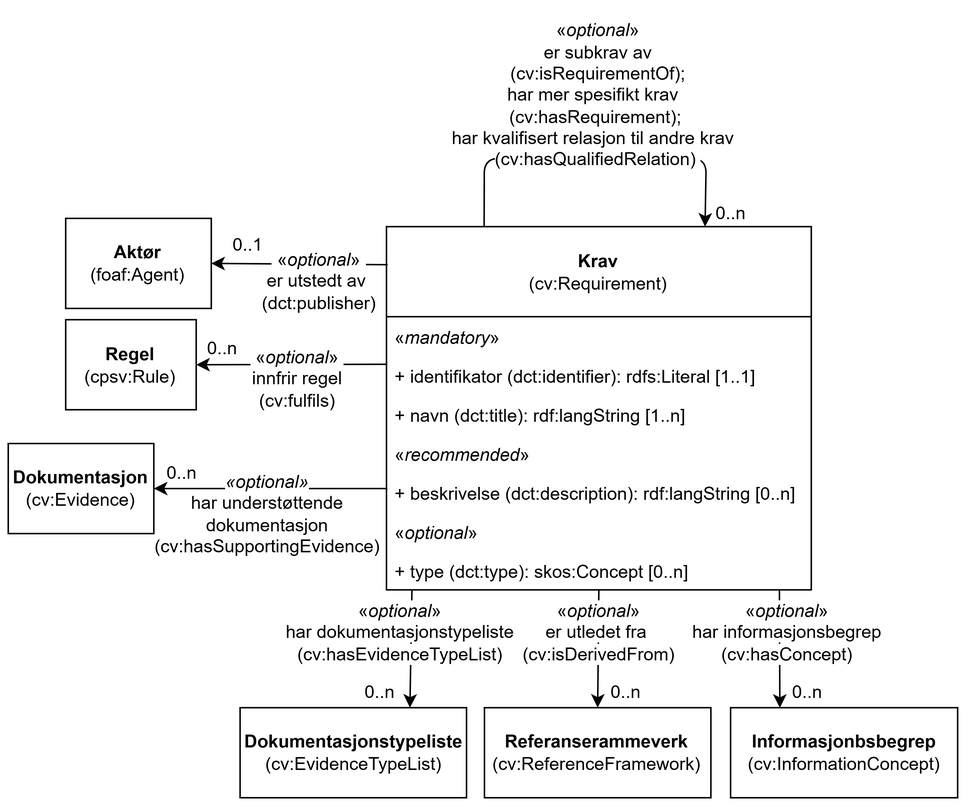
The draw.io diagram docs/images/KlassenKrav.png in Informasjonsforvaltning/cccev-ap-no, before a commit. Source tidied: cells renumbered, new cells last; positions are measured from the earlier drawing's top-left corner, leaving out a move shared by most shapes.
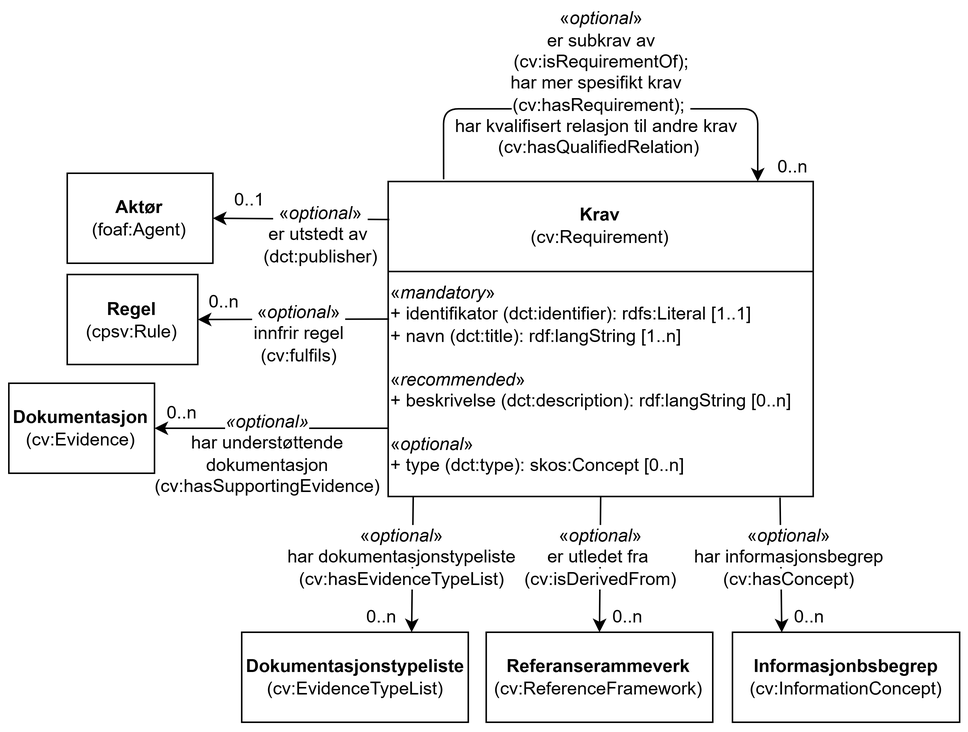
The same file after the commit.

What changed in the source:
```diff
@@ -17,42 +17,44 @@
       <mxGeometry x="126.2" y="216.5" width="34" height="20" as="geometry" />
     </mxCell>
     <mxCell id="6" value="&lt;b&gt;Informasjonbsbegrep&lt;/b&gt;&lt;br&gt;(cv:InformationConcept)" style="rounded=0;whiteSpace=wrap;html=1;fillColor=none;strokeColor=#000000;" parent="1" vertex="1">
-      <mxGeometry x="481.6" y="466" width="151.4" height="60" as="geometry" />
+      <mxGeometry x="481.6" y="446" width="151.4" height="60" as="geometry" />
     </mxCell>
-    <mxCell id="7" style="endArrow=classic;html=1;rounded=0;entryX=0.217;entryY=0.002;entryDx=0;entryDy=0;entryPerimeter=0;exitX=0.925;exitY=1.019;exitDx=0;exitDy=0;exitPerimeter=0;" parent="1" edge="1" source="32" target="6">
+    <mxCell id="7" style="endArrow=classic;html=1;rounded=0;entryX=0.217;entryY=0.002;entryDx=0;entryDy=0;entryPerimeter=0;exitX=0.922;exitY=1.005;exitDx=0;exitDy=0;exitPerimeter=0;" parent="1" edge="1" source="37" target="6">
       <mxGeometry relative="1" as="geometry" />
     </mxCell>
     <mxCell id="8" value="&lt;span style=&quot;background-color: rgb(255, 255, 255);&quot;&gt;«&lt;i style=&quot;&quot;&gt;optional&lt;/i&gt;»&lt;br&gt;&amp;nbsp;har informasjonsbegrep&amp;nbsp;&lt;br&gt;(cv:hasConcept)&lt;/span&gt;" style="text;html=1;strokeColor=none;fillColor=none;align=center;verticalAlign=middle;whiteSpace=wrap;rounded=0;" parent="1" vertex="1">
-      <mxGeometry x="445.4" y="390" width="149" height="52" as="geometry" />
+      <mxGeometry x="445.4" y="370" width="149" height="52" as="geometry" />
     </mxCell>
     <mxCell id="9" value="0..n" style="text;html=1;strokeColor=none;fillColor=none;align=center;verticalAlign=middle;whiteSpace=wrap;rounded=0;" parent="1" vertex="1">
-      <mxGeometry x="519.6" y="446" width="26" height="20" as="geometry" />
+      <mxGeometry x="519.6" y="426" width="26" height="20" as="geometry" />
     </mxCell>
     <mxCell id="10" value="&lt;b&gt;Dokumentasjonstypeliste&lt;br&gt;&lt;/b&gt;(cv:EvidenceTypeList)" style="rounded=0;whiteSpace=wrap;html=1;fillColor=none;strokeColor=#000000;" parent="1" vertex="1">
-      <mxGeometry x="154.6" y="466" width="151" height="60" as="geometry" />
+      <mxGeometry x="154.6" y="446" width="151" height="60" as="geometry" />
     </mxCell>
-    <mxCell id="11" style="endArrow=classic;html=1;rounded=0;exitX=0.06;exitY=1.019;exitDx=0;exitDy=0;exitPerimeter=0;entryX=0.75;entryY=0;entryDx=0;entryDy=0;" parent="1" edge="1" source="32" target="10">
+    <mxCell id="11" style="endArrow=classic;html=1;rounded=0;entryX=0.75;entryY=0;entryDx=0;entryDy=0;exitX=0.059;exitY=0.999;exitDx=0;exitDy=0;exitPerimeter=0;" parent="1" edge="1" source="37" target="10">
       <mxGeometry relative="1" as="geometry" />
     </mxCell>
     <mxCell id="12" value="&lt;span style=&quot;background-color: rgb(255, 255, 255);&quot;&gt;&amp;nbsp;«&lt;i style=&quot;&quot;&gt;optional&lt;/i&gt;»&amp;nbsp;&lt;br&gt;&amp;nbsp;har dokumentasjonstypeliste&amp;nbsp;&lt;br&gt;(cv:hasEvidenceTypeList)&lt;/span&gt;" style="text;html=1;strokeColor=none;fillColor=none;align=center;verticalAlign=middle;whiteSpace=wrap;rounded=0;" parent="1" vertex="1">
-      <mxGeometry x="172.9" y="390" width="177.3" height="52" as="geometry" />
+      <mxGeometry x="172.9" y="370" width="177.3" height="52" as="geometry" />
     </mxCell>
     <mxCell id="13" value="0..n" style="text;html=1;strokeColor=none;fillColor=none;align=center;verticalAlign=middle;whiteSpace=wrap;rounded=0;" parent="1" vertex="1">
-      <mxGeometry x="234.6" y="446" width="26" height="20" as="geometry" />
+      <mxGeometry x="234.6" y="426" width="26" height="20" as="geometry" />
     </mxCell>
-    <mxCell id="14" style="endArrow=classic;html=1;rounded=1;entryX=0.75;entryY=0;entryDx=0;entryDy=0;exitX=0.23;exitY=0;exitDx=0;exitDy=0;exitPerimeter=0;" parent="1" edge="1" source="25" target="25">
+    <mxCell id="14" style="endArrow=classic;html=1;rounded=1;entryX=0.877;entryY=0.014;entryDx=0;entryDy=0;exitX=0.138;exitY=0.007;exitDx=0;exitDy=0;exitPerimeter=0;entryPerimeter=0;edgeStyle=orthogonalEdgeStyle;innerLoopWaypoints=1;" parent="1" edge="1">
       <mxGeometry relative="1" as="geometry">
+        <mxPoint x="289.1" y="144" as="sourcePoint" />
+        <mxPoint x="498.4" y="145.5" as="targetPoint" />
         <Array as="points">
-          <mxPoint x="317.4" y="100" />
-          <mxPoint x="465.4" y="100" />
+          <mxPoint x="288.9" y="97.1" />
+          <mxPoint x="498.9" y="97.1" />
         </Array>
       </mxGeometry>
     </mxCell>
     <mxCell id="15" value="0..n" style="text;html=1;strokeColor=none;fillColor=none;align=center;verticalAlign=middle;whiteSpace=wrap;rounded=0;" parent="1" vertex="1">
-      <mxGeometry x="469.4" y="126.5" width="26" height="20" as="geometry" />
+      <mxGeometry x="509.4" y="125.5" width="26" height="20" as="geometry" />
     </mxCell>
     <mxCell id="16" value="&lt;span style=&quot;background-color: rgb(255, 255, 255);&quot;&gt;«&lt;i style=&quot;&quot;&gt;optional&lt;/i&gt;»&lt;br&gt;er subkrav av&lt;br&gt;(cv:isRequirementOf);&lt;br&gt;har mer spesifikt krav&amp;nbsp;&amp;nbsp;&lt;br&gt;(cv:hasRequirement);&amp;nbsp;&lt;br&gt;har kvalifisert relasjon til andre krav&amp;nbsp;&amp;nbsp;&lt;br&gt;(cv:hasQualifiedRelation)&amp;nbsp;&lt;/span&gt;&lt;span style=&quot;background-color: rgb(255, 255, 0);&quot;&gt;&lt;br&gt;&lt;/span&gt;" style="text;html=1;strokeColor=none;fillColor=none;align=center;verticalAlign=middle;whiteSpace=wrap;rounded=0;" parent="1" vertex="1">
-      <mxGeometry x="279.3" width="228.8" height="115" as="geometry" />
+      <mxGeometry x="280.5" y="30" width="228.8" height="100" as="geometry" />
     </mxCell>
     <mxCell id="17" value="&lt;b&gt;Aktør&lt;/b&gt;&lt;br&gt;(foaf:Agent)" style="rounded=0;whiteSpace=wrap;html=1;fillColor=none;strokeColor=#000000;" parent="1" vertex="1">
       <mxGeometry x="38.3" y="140" width="97" height="60" as="geometry" />
@@ -69,54 +71,36 @@
       <mxGeometry x="161.8" y="155.5" width="91" height="52" as="geometry" />
     </mxCell>
     <mxCell id="21" value="&lt;b&gt;Referanserammeverk&lt;/b&gt;&lt;br&gt;(cv:ReferenceFramework)" style="rounded=0;whiteSpace=wrap;html=1;fillColor=none;strokeColor=#000000;" parent="1" vertex="1">
-      <mxGeometry x="317.5" y="466" width="151" height="60" as="geometry" />
+      <mxGeometry x="317.5" y="446" width="151" height="60" as="geometry" />
     </mxCell>
     <mxCell id="22" style="endArrow=classic;html=1;rounded=1;entryX=0.5;entryY=0;entryDx=0;entryDy=0;exitX=0.5;exitY=1;exitDx=0;exitDy=0;" parent="1" edge="1" source="25" target="21">
       <mxGeometry relative="1" as="geometry" />
     </mxCell>
     <mxCell id="23" value="&lt;span style=&quot;background-color: rgb(255, 255, 255);&quot;&gt;«&lt;i style=&quot;&quot;&gt;optional&lt;/i&gt;»&lt;br&gt;er utledet fra&amp;nbsp;&lt;br&gt;(cv:isDerivedFrom)&lt;/span&gt;" style="text;html=1;strokeColor=none;fillColor=none;align=center;verticalAlign=middle;whiteSpace=wrap;rounded=0;" parent="1" vertex="1">
-      <mxGeometry x="353.7" y="390" width="80" height="52" as="geometry" />
+      <mxGeometry x="353.7" y="370" width="80" height="52" as="geometry" />
     </mxCell>
     <mxCell id="24" value="0..n" style="text;html=1;strokeColor=none;fillColor=none;align=center;verticalAlign=middle;whiteSpace=wrap;rounded=0;" parent="1" vertex="1">
-      <mxGeometry x="399" y="446" width="26" height="20" as="geometry" />
+      <mxGeometry x="399" y="426" width="26" height="20" as="geometry" />
     </mxCell>
     <mxCell id="25" value="&lt;b style=&quot;border-color: var(--border-color);&quot;&gt;Krav&lt;br style=&quot;border-color: var(--border-color);&quot;&gt;&lt;/b&gt;(cv:Requirement)" style="swimlane;fontStyle=0;horizontal=1;startSize=60;fillColor=none;whiteSpace=wrap;html=1;" parent="1" vertex="1">
-      <mxGeometry x="252.1" y="145.5" width="283.2" height="242" as="geometry" />
+      <mxGeometry x="252.1" y="145.5" width="283.2" height="210" as="geometry" />
     </mxCell>
-    <mxCell id="26" value="«&lt;i&gt;mandatory&lt;/i&gt;»" style="text;strokeColor=none;fillColor=none;align=left;verticalAlign=top;spacingLeft=4;spacingRight=4;overflow=hidden;whiteSpace=wrap;html=1;" parent="25" vertex="1">
-      <mxGeometry y="60" width="283.2" height="26" as="geometry" />
-    </mxCell>
-    <mxCell id="27" value="+&amp;nbsp;identifikator&amp;nbsp;(dct:identifier): rdfs:Literal [1..1]" style="text;strokeColor=none;fillColor=none;align=left;verticalAlign=top;spacingLeft=4;spacingRight=4;overflow=hidden;whiteSpace=wrap;html=1;" parent="25" vertex="1">
-      <mxGeometry y="86" width="283.2" height="26" as="geometry" />
-    </mxCell>
-    <mxCell id="28" value="+&amp;nbsp;navn (dct:title): rdf:langString [1..n]" style="text;strokeColor=none;fillColor=none;align=left;verticalAlign=top;spacingLeft=4;spacingRight=4;overflow=hidden;whiteSpace=wrap;html=1;" parent="25" vertex="1">
-      <mxGeometry y="112" width="283.2" height="26" as="geometry" />
-    </mxCell>
-    <mxCell id="29" value="«&lt;i style=&quot;&quot;&gt;recommended&lt;/i&gt;»" style="text;strokeColor=none;fillColor=none;align=left;verticalAlign=top;spacingLeft=4;spacingRight=4;overflow=hidden;whiteSpace=wrap;html=1;" parent="25" vertex="1">
-      <mxGeometry y="138" width="283.2" height="26" as="geometry" />
-    </mxCell>
-    <mxCell id="30" value="+&amp;nbsp;beskrivelse (dct:description): rdf:langString [0..n]" style="text;strokeColor=none;fillColor=none;align=left;verticalAlign=top;spacingLeft=4;spacingRight=4;overflow=hidden;whiteSpace=wrap;html=1;" parent="25" vertex="1">
-      <mxGeometry y="164" width="283.2" height="26" as="geometry" />
-    </mxCell>
-    <mxCell id="31" value="«&lt;i&gt;optional&lt;/i&gt;»" style="text;strokeColor=none;fillColor=none;align=left;verticalAlign=top;spacingLeft=4;spacingRight=4;overflow=hidden;whiteSpace=wrap;html=1;" parent="25" vertex="1">
-      <mxGeometry y="190" width="283.2" height="26" as="geometry" />
-    </mxCell>
-    <mxCell id="32" value="+&amp;nbsp;type (dct:type): skos:Concept [0..n]" style="text;strokeColor=none;fillColor=none;align=left;verticalAlign=top;spacingLeft=4;spacingRight=4;overflow=hidden;points=[[0,0.5],[1,0.5]];portConstraint=eastwest;whiteSpace=wrap;html=1;" parent="25" vertex="1">
-      <mxGeometry y="216" width="283.2" height="26" as="geometry" />
-    </mxCell>
+    <mxCell id="37" value="«&lt;i&gt;mandatory&lt;/i&gt;»&lt;div&gt;+ identifikator (dct:identifier): rdfs:Literal [1..1]&lt;/div&gt;&lt;div&gt;+ navn (dct:title): rdf:langString [1..n]&lt;/div&gt;&lt;div&gt;&lt;br&gt;&lt;/div&gt;&lt;div&gt;«&lt;i&gt;recommended&lt;/i&gt;»&lt;/div&gt;&lt;div&gt;+ beskrivelse (dct:description): rdf:langString [0..n]&lt;/div&gt;&lt;div&gt;&lt;br&gt;&lt;/div&gt;&lt;div&gt;«&lt;i&gt;optional&lt;/i&gt;»&lt;/div&gt;&lt;div&gt;+ type (dct:type): skos:Concept [0..n]&lt;/div&gt;" style="text;html=1;whiteSpace=wrap;strokeColor=none;fillColor=none;align=left;verticalAlign=top;rounded=0;" parent="25" vertex="1">
+      <mxGeometry y="60" width="283.2" height="150" as="geometry" />
+    </mxCell>
     <mxCell id="33" value="&lt;b&gt;Dokumentasjon&lt;/b&gt;&lt;br&gt;(cv:Evidence)" style="rounded=0;whiteSpace=wrap;html=1;fillColor=none;strokeColor=#000000;" parent="1" vertex="1">
-      <mxGeometry y="290" width="97" height="60" as="geometry" />
+      <mxGeometry x="-0.6" y="280" width="97" height="60" as="geometry" />
     </mxCell>
     <mxCell id="34" style="endArrow=classic;html=1;rounded=0;exitX=0;exitY=0.333;exitDx=0;exitDy=0;exitPerimeter=0;entryX=1;entryY=0.5;entryDx=0;entryDy=0;" parent="1" edge="1" target="33">
       <mxGeometry relative="1" as="geometry">
-        <mxPoint x="252.7" y="320" as="sourcePoint" />
+        <mxPoint x="252.1" y="310" as="sourcePoint" />
       </mxGeometry>
     </mxCell>
     <mxCell id="35" value="&lt;span style=&quot;background-color: light-dark(#ffffff, var(--ge-dark-color, #121212));&quot;&gt;&lt;i&gt;«optional»&lt;br&gt;&lt;/i&gt;har understøttende dokumentasjon&lt;br&gt;(cv:hasSupportingEvidence)&lt;/span&gt;" style="text;html=1;whiteSpace=wrap;strokeColor=none;fillColor=none;align=center;verticalAlign=middle;rounded=0;" parent="1" vertex="1">
-      <mxGeometry x="142.7" y="322" width="60" height="30" as="geometry" />
+      <mxGeometry x="142.1" y="312" width="60" height="30" as="geometry" />
     </mxCell>
     <mxCell id="36" value="0..n" style="text;html=1;strokeColor=none;fillColor=none;align=center;verticalAlign=middle;whiteSpace=wrap;rounded=0;" parent="1" vertex="1">
-      <mxGeometry x="99" y="300" width="34" height="20" as="geometry" />
+      <mxGeometry x="98.4" y="290" width="34" height="20" as="geometry" />
     </mxCell>
   </root>
 </mxGraphModel>
```
